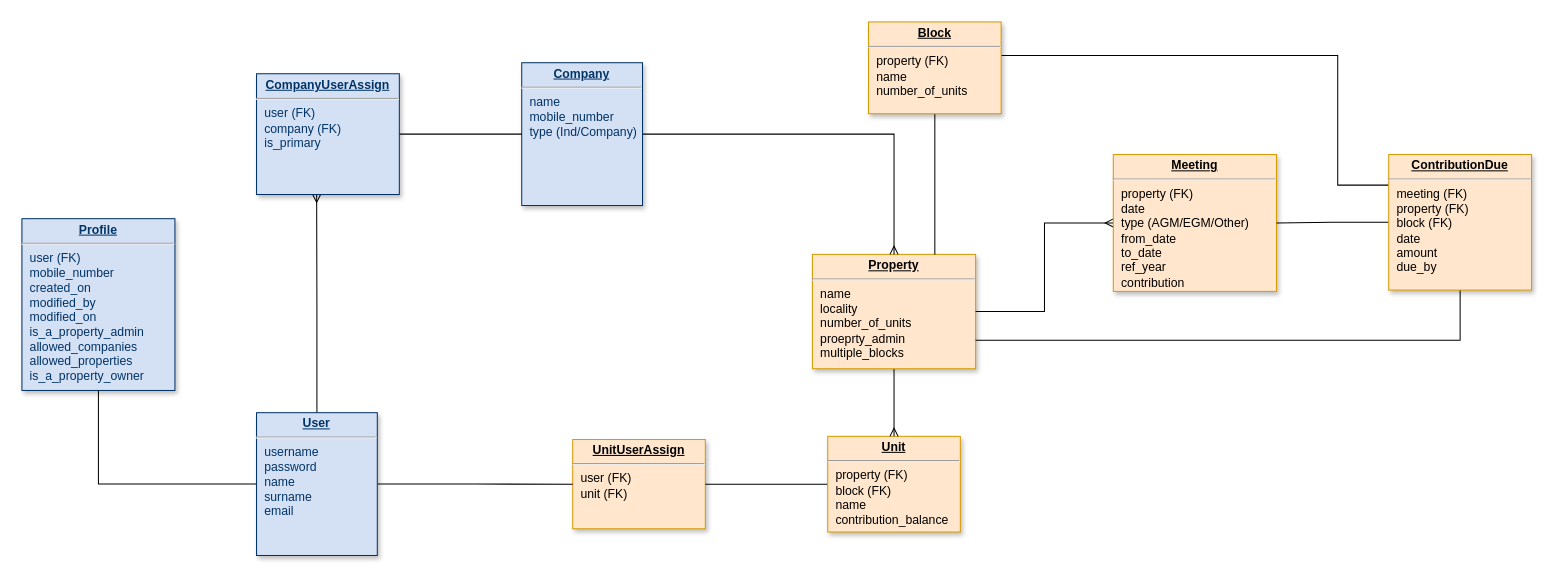
Earlier version of the draw.io diagram Untitled Diagram.drawio (gilubilu/hello-world). Source tidied: cells renumbered, new cells numbered last; positions are measured from the earlier drawing's top-left corner, leaving out a move shared by most shapes. Both pictures are drawn from the tidied source at 102%, with x=0, y=0 at pixel (21, 21).
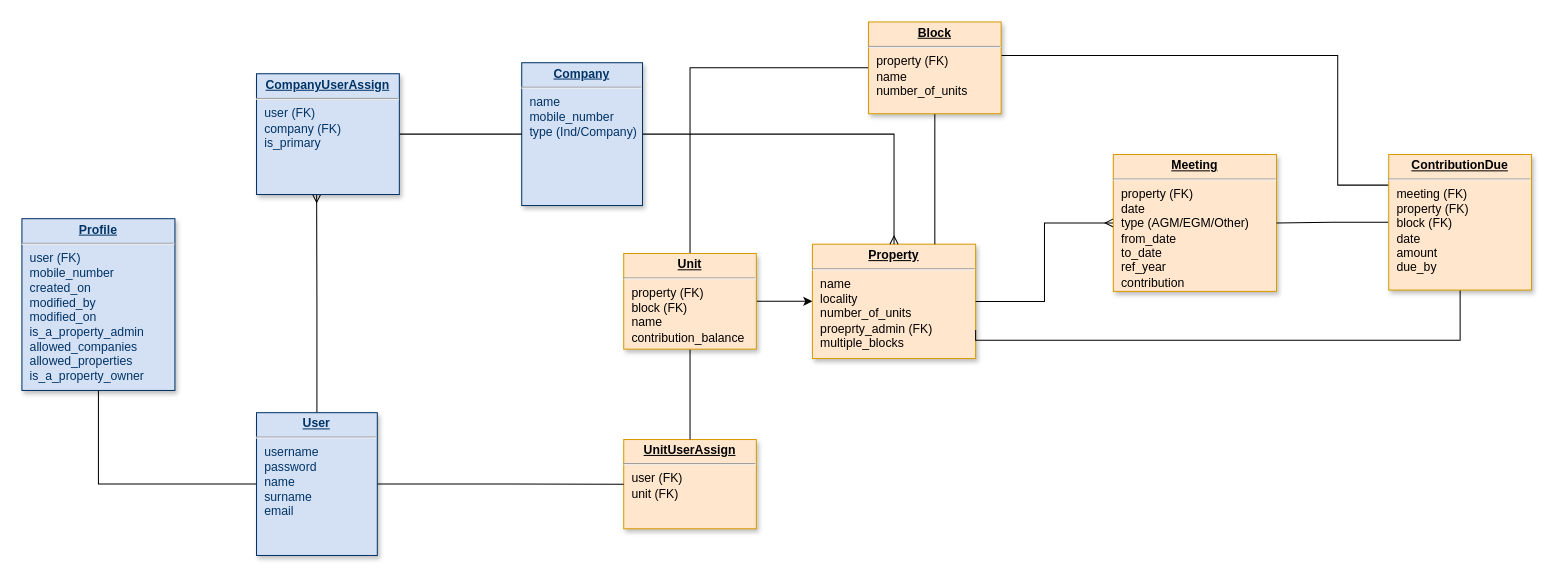
The same diagram, later.

The change refers to these unchanged cells:
```xml
<mxCell id="23" value="&lt;p style=&quot;margin: 0px ; margin-top: 4px ; text-align: center ; text-decoration: underline&quot;&gt;&lt;strong&gt;Block&lt;/strong&gt;&lt;/p&gt;&lt;hr&gt;&lt;p style=&quot;margin: 0px ; margin-left: 8px&quot;&gt;property (FK)&lt;/p&gt;&lt;p style=&quot;margin: 0px ; margin-left: 8px&quot;&gt;name&lt;/p&gt;&lt;p style=&quot;margin: 0px ; margin-left: 8px&quot;&gt;number_of_units&lt;/p&gt;&lt;p style=&quot;margin: 0px ; margin-left: 8px&quot;&gt;&lt;br&gt;&lt;/p&gt;" style="verticalAlign=top;align=left;overflow=fill;fontSize=12;fontFamily=Helvetica;html=1;strokeColor=#d79b00;shadow=1;fillColor=#ffe6cc;direction=west;" parent="1" vertex="1">
  <mxGeometry x="830" width="130" height="90" as="geometry" />
</mxCell>
```

What changed in the source:
```diff
@@
     <mxCell id="2" value="&lt;p style=&quot;margin: 0px ; margin-top: 4px ; text-align: center ; text-decoration: underline&quot;&gt;&lt;b&gt;UnitUserAssign&lt;/b&gt;&lt;/p&gt;&lt;hr&gt;&lt;p style=&quot;margin: 0px ; margin-left: 8px&quot;&gt;user (FK)&lt;/p&gt;&lt;p style=&quot;margin: 0px ; margin-left: 8px&quot;&gt;unit (FK)&lt;/p&gt;" style="verticalAlign=top;align=left;overflow=fill;fontSize=12;fontFamily=Helvetica;html=1;strokeColor=#d79b00;shadow=1;fillColor=#ffe6cc;" parent="1" vertex="1">
-      <mxGeometry x="540" y="409.4" width="130" height="87.5" as="geometry" />
+      <mxGeometry x="590" y="409.4" width="130" height="87.5" as="geometry" />
     </mxCell>
+    <mxCell id="24" style="edgeStyle=orthogonalEdgeStyle;rounded=0;jettySize=auto;html=1;exitX=1;exitY=0.5;exitDx=0;exitDy=0;entryX=0;entryY=0.5;entryDx=0;entryDy=0;" parent="1" edge="1" source="4" target="6">
+      <mxGeometry relative="1" as="geometry" />
+    </mxCell>
+    <mxCell id="25" style="edgeStyle=orthogonalEdgeStyle;rounded=0;jettySize=auto;html=1;exitX=0.5;exitY=0;exitDx=0;exitDy=0;entryX=1;entryY=0.5;entryDx=0;entryDy=0;endArrow=none;endFill=0;" parent="1" edge="1" source="4" target="23">
+      <mxGeometry relative="1" as="geometry" />
+    </mxCell>
-    <mxCell id="3" style="edgeStyle=orthogonalEdgeStyle;rounded=0;jettySize=auto;html=1;exitX=0;exitY=0.5;exitDx=0;exitDy=0;entryX=1;entryY=0.5;entryDx=0;entryDy=0;startArrow=none;startFill=0;startSize=12;endArrow=none;endFill=0;endSize=12;" parent="1" edge="1" source="4" target="2">
+    <mxCell id="3" style="edgeStyle=orthogonalEdgeStyle;rounded=0;jettySize=auto;html=1;exitX=0.5;exitY=1;exitDx=0;exitDy=0;entryX=0.5;entryY=0;entryDx=0;entryDy=0;endArrow=none;endFill=0;" parent="1" edge="1" source="4" target="2">
       <mxGeometry relative="1" as="geometry" />
     </mxCell>
     <mxCell id="4" value="&lt;p style=&quot;margin: 0px ; margin-top: 4px ; text-align: center ; text-decoration: underline&quot;&gt;&lt;strong&gt;Unit&lt;/strong&gt;&lt;/p&gt;&lt;hr&gt;&lt;p style=&quot;margin: 0px ; margin-left: 8px&quot;&gt;property (FK)&lt;/p&gt;&lt;p style=&quot;margin: 0px ; margin-left: 8px&quot;&gt;block (FK)&lt;/p&gt;&lt;p style=&quot;margin: 0px ; margin-left: 8px&quot;&gt;name&lt;/p&gt;&lt;p style=&quot;margin: 0px ; margin-left: 8px&quot;&gt;&lt;span&gt;contribution_balance&lt;/span&gt;&lt;br&gt;&lt;/p&gt;&lt;p style=&quot;margin: 0px ; margin-left: 8px&quot;&gt;&lt;br&gt;&lt;/p&gt;" style="verticalAlign=top;align=left;overflow=fill;fontSize=12;fontFamily=Helvetica;html=1;strokeColor=#d79b00;shadow=1;fillColor=#ffe6cc;" parent="1" vertex="1">
-      <mxGeometry x="790" y="406.3" width="130" height="93.8" as="geometry" />
+      <mxGeometry x="590" y="227" width="130" height="93.8" as="geometry" />
     </mxCell>
-    <mxCell id="5" style="edgeStyle=orthogonalEdgeStyle;rounded=0;jettySize=auto;html=1;exitX=0.5;exitY=1;exitDx=0;exitDy=0;startArrow=none;startFill=0;startSize=6;endArrow=ERmany;endFill=0;endSize=6;" parent="1" edge="1" source="6" target="4">
-      <mxGeometry relative="1" as="geometry" />
-    </mxCell>
-    <mxCell id="6" value="&lt;p style=&quot;margin: 0px ; margin-top: 4px ; text-align: center ; text-decoration: underline&quot;&gt;&lt;strong&gt;Property&lt;/strong&gt;&lt;/p&gt;&lt;hr&gt;&lt;p style=&quot;margin: 0px ; margin-left: 8px&quot;&gt;name&lt;/p&gt;&lt;p style=&quot;margin: 0px ; margin-left: 8px&quot;&gt;locality&lt;/p&gt;&lt;p style=&quot;margin: 0px ; margin-left: 8px&quot;&gt;number_of_units&lt;/p&gt;&lt;p style=&quot;margin: 0px ; margin-left: 8px&quot;&gt;proeprty_admin&lt;/p&gt;&lt;p style=&quot;margin: 0px ; margin-left: 8px&quot;&gt;multiple_blocks&lt;/p&gt;" style="verticalAlign=top;align=left;overflow=fill;fontSize=12;fontFamily=Helvetica;html=1;strokeColor=#d79b00;shadow=1;fillColor=#ffe6cc;" parent="1" vertex="1">
-      <mxGeometry x="775" y="227.9" width="160" height="112.1" as="geometry" />
+    <mxCell id="6" value="&lt;p style=&quot;margin: 0px ; margin-top: 4px ; text-align: center ; text-decoration: underline&quot;&gt;&lt;strong&gt;Property&lt;/strong&gt;&lt;/p&gt;&lt;hr&gt;&lt;p style=&quot;margin: 0px ; margin-left: 8px&quot;&gt;name&lt;/p&gt;&lt;p style=&quot;margin: 0px ; margin-left: 8px&quot;&gt;locality&lt;/p&gt;&lt;p style=&quot;margin: 0px ; margin-left: 8px&quot;&gt;number_of_units&lt;/p&gt;&lt;p style=&quot;margin: 0px ; margin-left: 8px&quot;&gt;proeprty_admin (FK)&lt;/p&gt;&lt;p style=&quot;margin: 0px ; margin-left: 8px&quot;&gt;multiple_blocks&lt;/p&gt;" style="verticalAlign=top;align=left;overflow=fill;fontSize=12;fontFamily=Helvetica;html=1;strokeColor=#d79b00;shadow=1;fillColor=#ffe6cc;" parent="1" vertex="1">
+      <mxGeometry x="775" y="217.9" width="160" height="112.1" as="geometry" />
     </mxCell>
```
